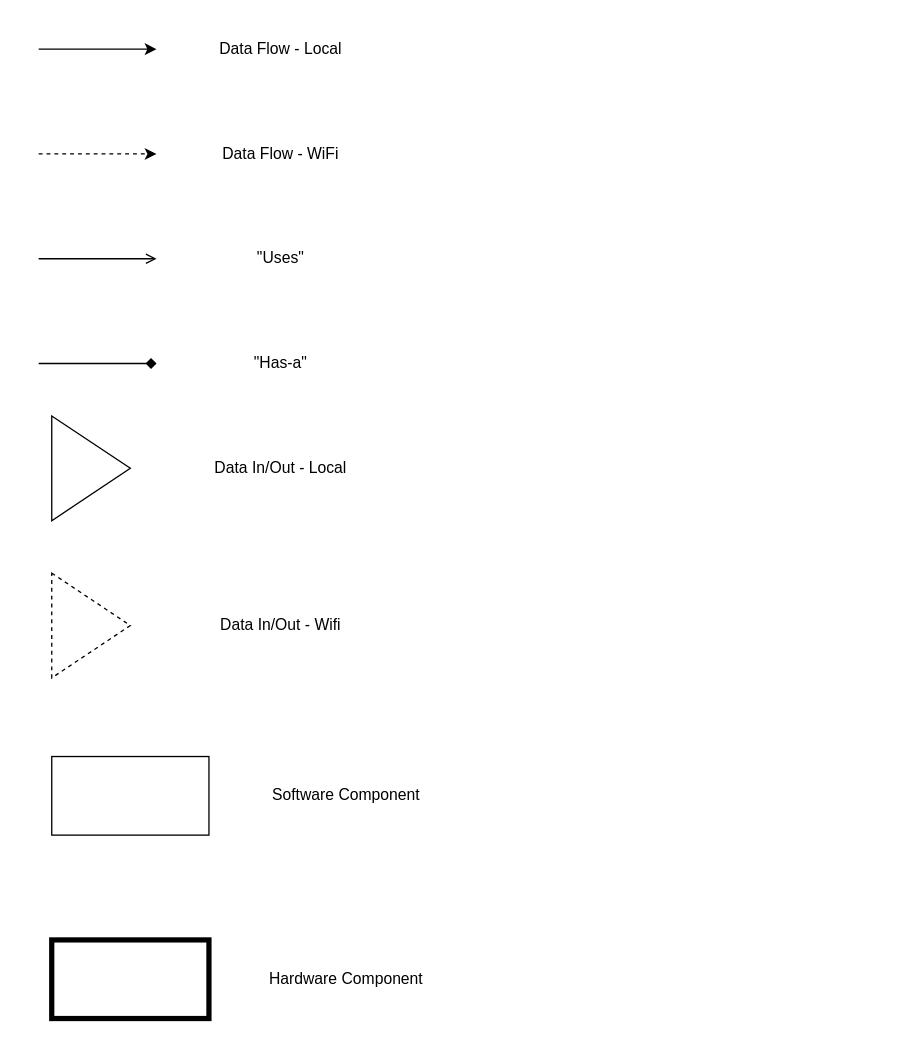
Earlier version of the draw.io diagram page "Legend" (5 of 5) of docs/diagrams/Design.drawio (GjergjiSh/Rush-B). Source tidied: cells renumbered, new cells numbered last; positions are measured from the earlier drawing's top-left corner, leaving out a move shared by most shapes. Both pictures are drawn from the tidied source at 131%, with x=0, y=0 at pixel (38, 35).
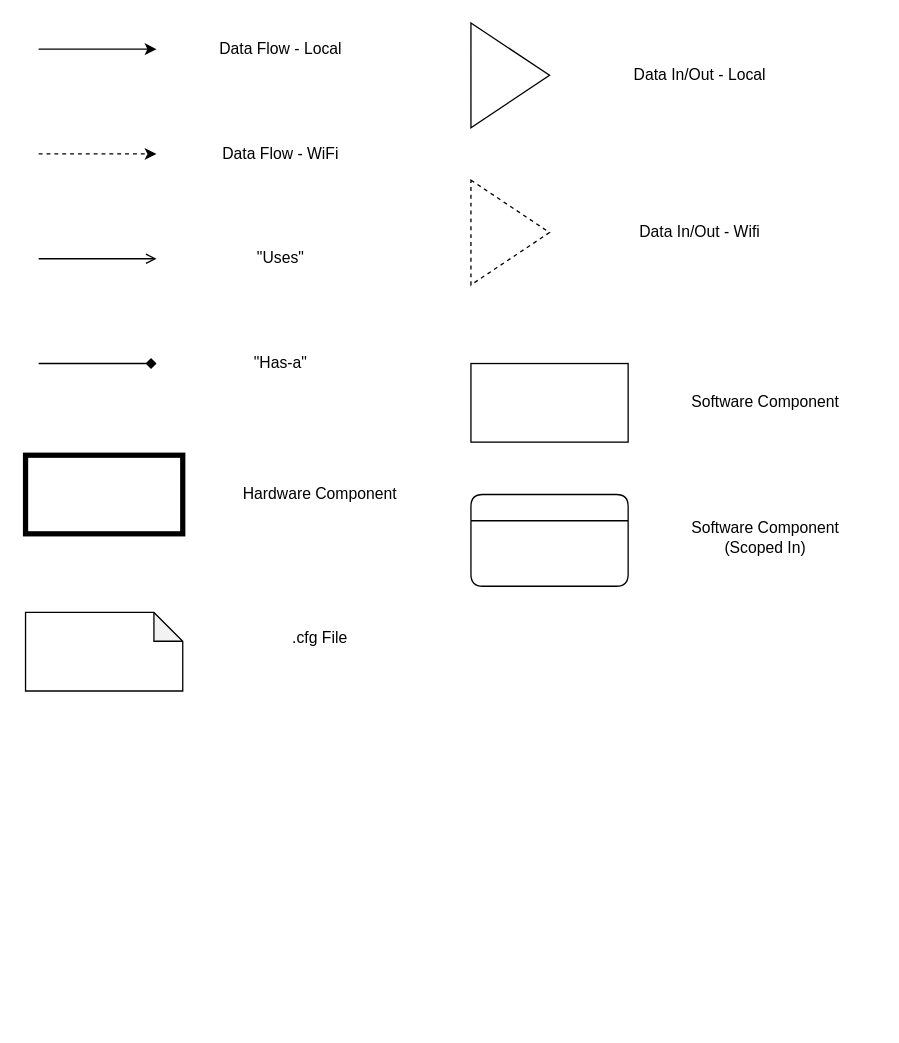
The same page after the edit.

Change to the diagram source:
```diff
@@
     <mxCell id="4" style="triangle;whiteSpace=wrap;html=1;rounded=0;fillColor=none;" parent="1" vertex="1">
-      <mxGeometry x="10" y="290" width="60" height="80" as="geometry" />
+      <mxGeometry x="330" y="-10" width="60" height="80" as="geometry" />
     </mxCell>
     <mxCell id="5" style="triangle;whiteSpace=wrap;html=1;rounded=0;fillColor=none;dashed=1;" parent="1" vertex="1">
-      <mxGeometry x="10" y="410" width="60" height="80" as="geometry" />
+      <mxGeometry x="330" y="110" width="60" height="80" as="geometry" />
     </mxCell>
     <mxCell id="6" style="rounded=0;whiteSpace=wrap;html=1;" parent="1" vertex="1">
-      <mxGeometry x="10" y="550" width="120" height="60" as="geometry" />
+      <mxGeometry x="330" y="250" width="120" height="60" as="geometry" />
     </mxCell>
     <mxCell id="7" style="rounded=0;whiteSpace=wrap;html=1;strokeWidth=4;" parent="1" vertex="1">
-      <mxGeometry x="10" y="690" width="120" height="60" as="geometry" />
+      <mxGeometry x="-10" y="320" width="120" height="60" as="geometry" />
     </mxCell>
@@
     <mxCell id="10" value="Data In/Out - Local" style="text;html=1;strokeColor=none;fillColor=none;align=center;verticalAlign=middle;whiteSpace=wrap;rounded=0;" parent="1" vertex="1">
-      <mxGeometry x="100" y="320" width="170" height="20" as="geometry" />
+      <mxGeometry x="420" y="20" width="170" height="20" as="geometry" />
     </mxCell>
     <mxCell id="11" value="Data In/Out - Wifi" style="text;html=1;strokeColor=none;fillColor=none;align=center;verticalAlign=middle;whiteSpace=wrap;rounded=0;" parent="1" vertex="1">
-      <mxGeometry x="100" y="440" width="170" height="20" as="geometry" />
+      <mxGeometry x="420" y="140" width="170" height="20" as="geometry" />
     </mxCell>
     <mxCell id="12" value="Software Component" style="text;html=1;strokeColor=none;fillColor=none;align=center;verticalAlign=middle;whiteSpace=wrap;rounded=0;" parent="1" vertex="1">
-      <mxGeometry x="150" y="570" width="170" height="20" as="geometry" />
+      <mxGeometry x="470" y="270" width="170" height="20" as="geometry" />
     </mxCell>
     <mxCell id="13" value="Hardware Component" style="text;html=1;strokeColor=none;fillColor=none;align=center;verticalAlign=middle;whiteSpace=wrap;rounded=0;" parent="1" vertex="1">
-      <mxGeometry x="150" y="710" width="170" height="20" as="geometry" />
+      <mxGeometry x="130" y="340" width="170" height="20" as="geometry" />
     </mxCell>
@@
+    <mxCell id="18" style="shape=note;whiteSpace=wrap;html=1;backgroundOutline=1;darkOpacity=0.05;rounded=0;size=22;" parent="1" vertex="1">
+      <mxGeometry x="-10" y="440" width="120" height="60" as="geometry" />
+    </mxCell>
+    <mxCell id="19" value=".cfg File" style="text;html=1;strokeColor=none;fillColor=none;align=center;verticalAlign=middle;whiteSpace=wrap;rounded=0;" parent="1" vertex="1">
+      <mxGeometry x="130" y="450" width="170" height="20" as="geometry" />
+    </mxCell>
+    <mxCell id="20" style="swimlane;startSize=20;rounded=1;" parent="1" vertex="1">
+      <mxGeometry x="330" y="350" width="120" height="70" as="geometry" />
+    </mxCell>
+    <mxCell id="21" value="Software Component &lt;br&gt;(Scoped In)" style="text;html=1;strokeColor=none;fillColor=none;align=center;verticalAlign=middle;whiteSpace=wrap;rounded=0;" parent="1" vertex="1">
+      <mxGeometry x="470" y="375" width="170" height="15" as="geometry" />
+    </mxCell>
```
